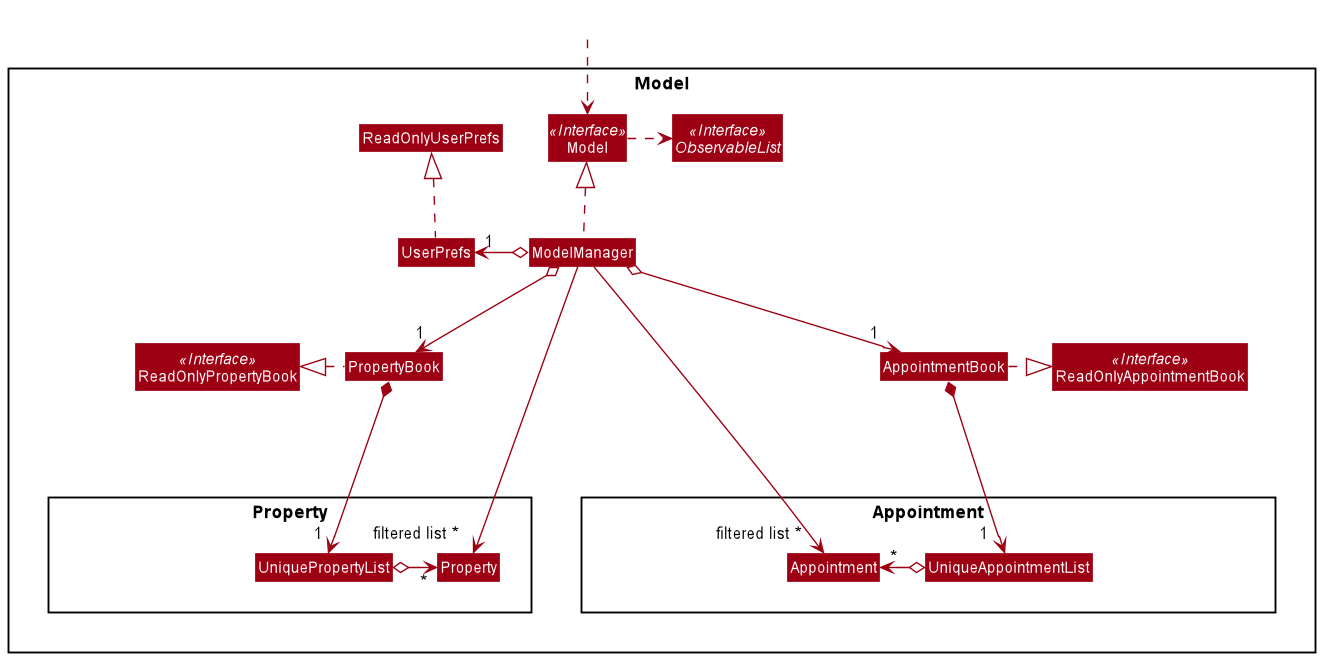
The PlantUML diagram docs/images/ModelClassDiagram.png in nus-cs2103-AY2021S2/tp, before a commit.
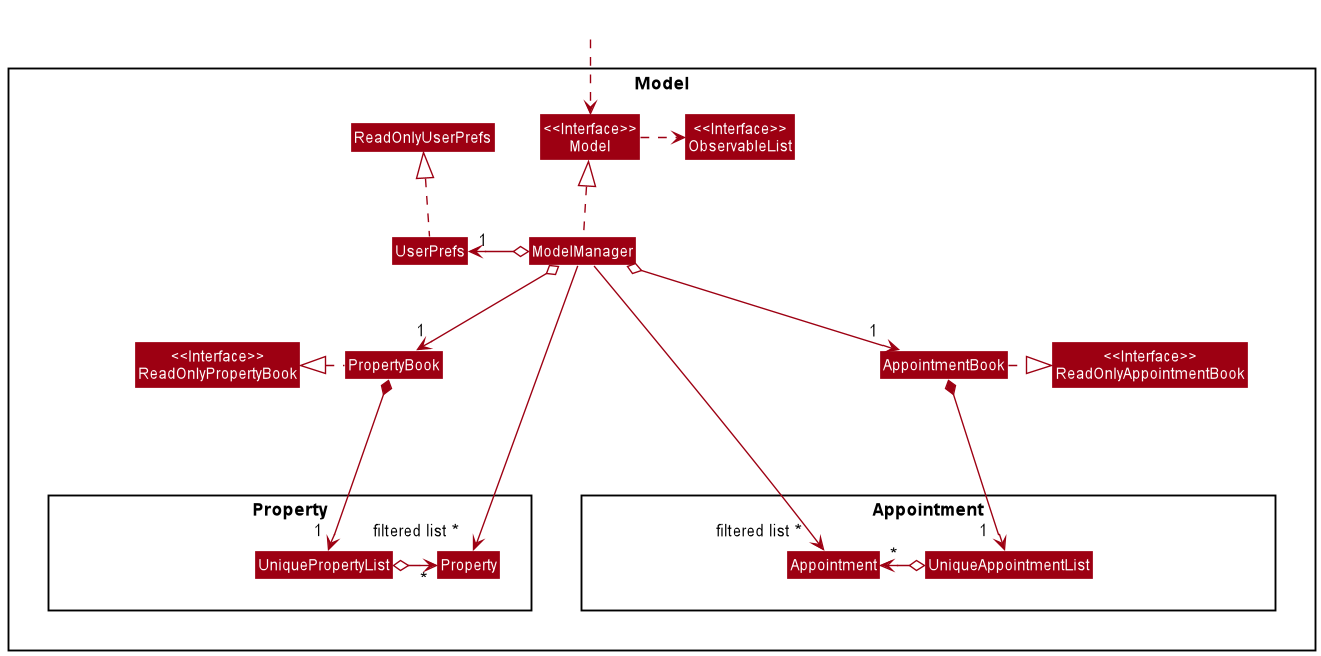
The same diagram one commit later.

Commit message:
Remove italics font from interfaces in UML class diagrams

The edit, as a diff of the source:
```diff
@@ -5,15 +5,12 @@
 skinparam classBackgroundColor MODEL_COLOR
 
 Package Model <<Rectangle>>{
-Interface ReadOnlyPropertyBook <<Interface>>
-Interface ReadOnlyAppointmentBook <<Interface>>
-Interface Model <<Interface>>
-Interface ObservableList <<Interface>>
+Class "<<Interface>>\nReadOnlyPropertyBook" as ReadOnlyPropertyBook
+Class "<<Interface>>\nReadOnlyAppointmentBook" as ReadOnlyAppointmentBook
+Class "<<Interface>>\nModel" as Model
+Class "<<Interface>>\nObservableList" as ObservableList
 Class PropertyBook
 Class AppointmentBook
-Class ReadOnlyPropertyBook
-Class ReadOnlyAppointmentBook
-Class Model
 Class ModelManager
 Class UserPrefs
 Class ReadOnlyUserPrefs
```
